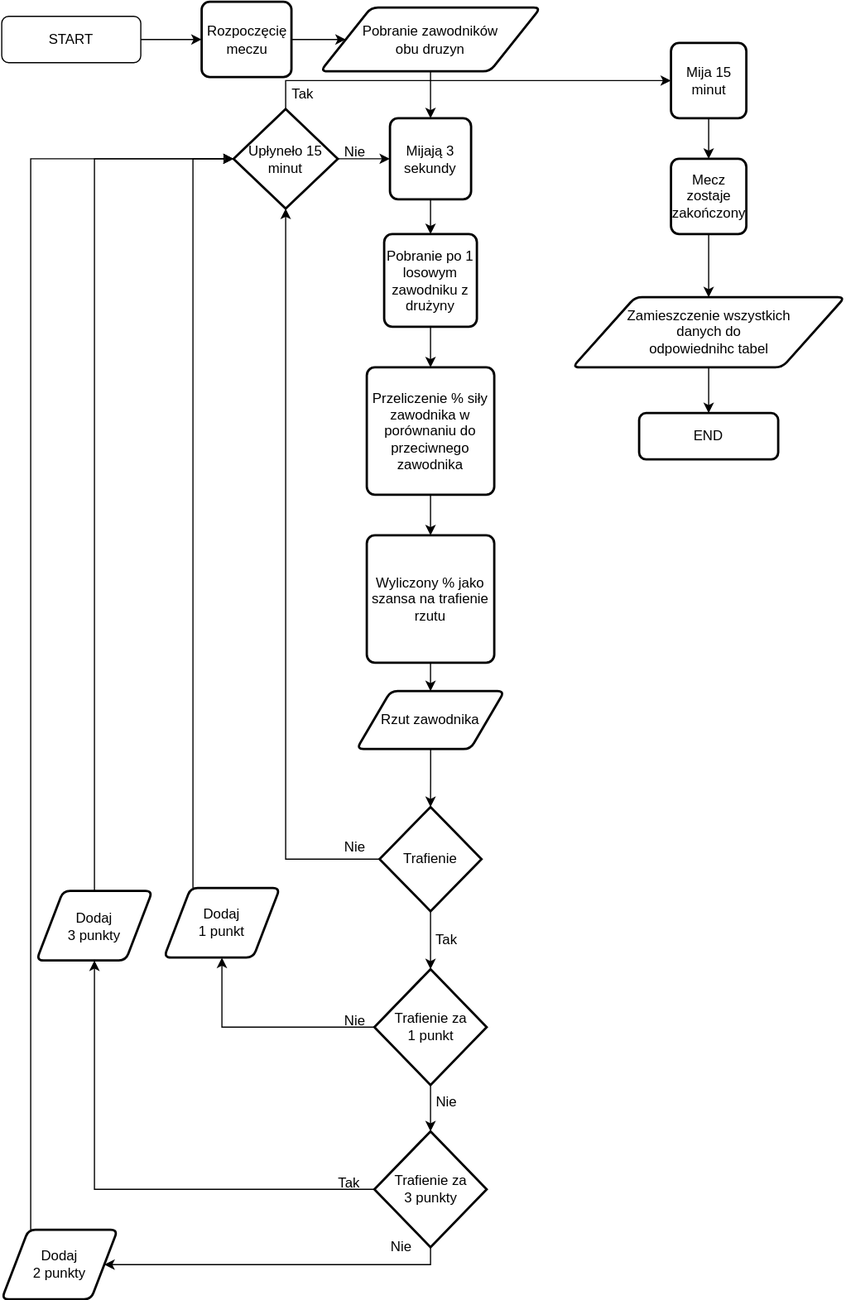
Above: Match_Algorithm.svg in KrystianGaluszka/PracaDyplomowa (draw.io), before the change. Source tidied: cells renumbered, new cells last; positions are measured from the earlier drawing's top-left corner, leaving out a move shared by most shapes.
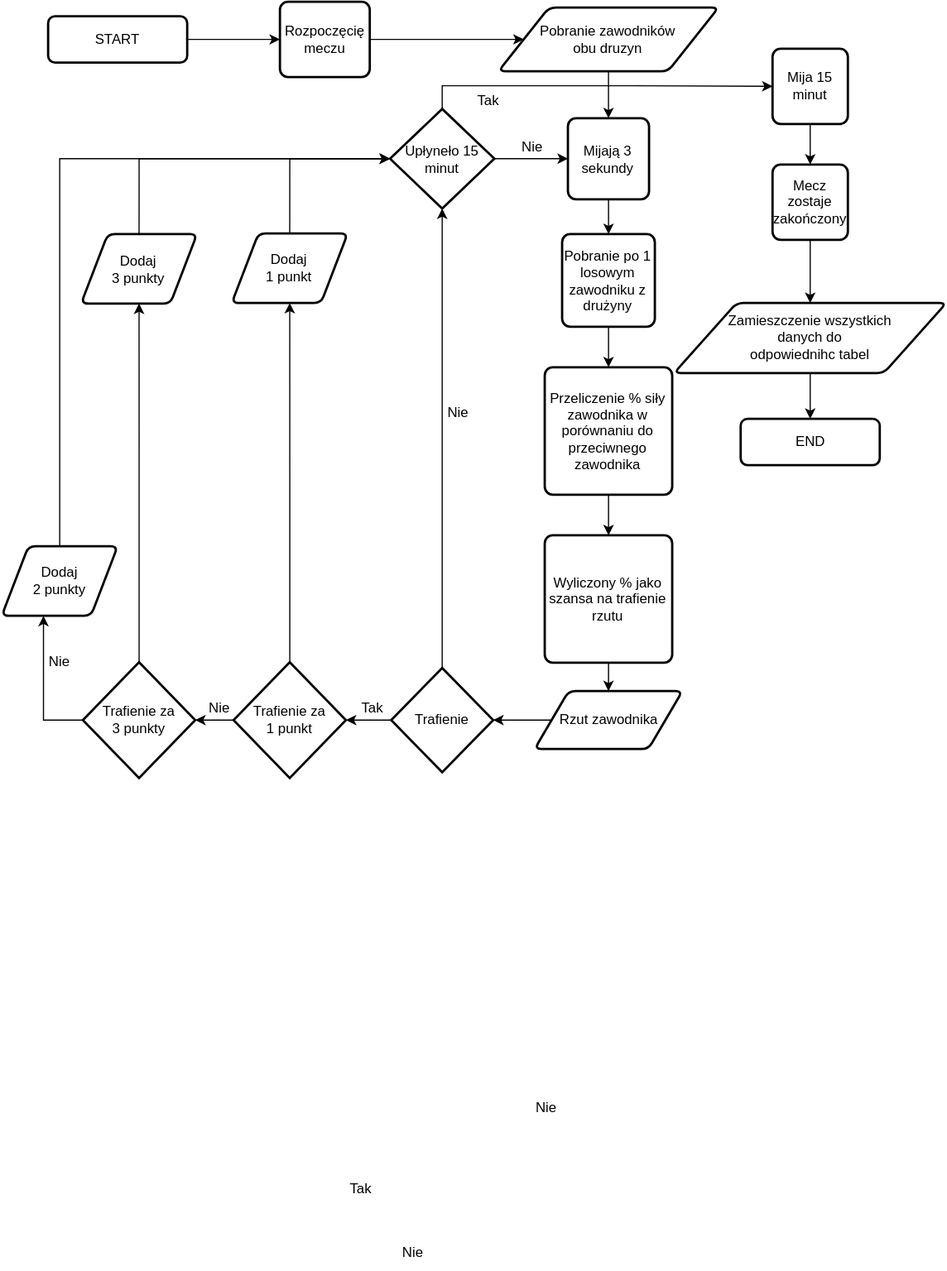
The same file after the commit.

The edit, as a diff of the source:
```diff
@@ -5,169 +5,154 @@
     <mxCell id="2" style="edgeStyle=orthogonalEdgeStyle;rounded=0;jettySize=auto;html=1;" parent="1" edge="1" source="3" target="42">
       <mxGeometry relative="1" as="geometry" />
     </mxCell>
-    <mxCell id="3" value="START" style="rounded=1;whiteSpace=wrap;html=1;fontSize=12;glass=0;strokeWidth=1;shadow=0;" parent="1" vertex="1">
-      <mxGeometry y="12.5" width="120" height="40" as="geometry" />
+    <mxCell id="3" value="START" style="rounded=1;whiteSpace=wrap;html=1;fontSize=12;glass=0;strokeWidth=2;shadow=0;" parent="1" vertex="1">
+      <mxGeometry x="30" y="7.5" width="120" height="40" as="geometry" />
     </mxCell>
     <mxCell id="4" style="edgeStyle=orthogonalEdgeStyle;rounded=0;jettySize=auto;html=1;entryX=0.5;entryY=0;entryDx=0;entryDy=0;" parent="1" edge="1" source="5" target="7">
       <mxGeometry relative="1" as="geometry" />
     </mxCell>
     <mxCell id="5" value="Pobranie zawodników&lt;br&gt;obu druzyn" style="shape=parallelogram;html=1;strokeWidth=2;perimeter=parallelogramPerimeter;whiteSpace=wrap;rounded=1;arcSize=12;size=0.23;" parent="1" vertex="1">
-      <mxGeometry x="275" y="5" width="190" height="55" as="geometry" />
+      <mxGeometry x="418.5" width="190" height="55" as="geometry" />
     </mxCell>
     <mxCell id="6" style="edgeStyle=orthogonalEdgeStyle;rounded=0;jettySize=auto;html=1;" parent="1" edge="1" source="7" target="12">
       <mxGeometry relative="1" as="geometry" />
     </mxCell>
     <mxCell id="7" value="Mijają 3 sekundy" style="rounded=1;whiteSpace=wrap;html=1;absoluteArcSize=1;arcSize=14;strokeWidth=2;" parent="1" vertex="1">
-      <mxGeometry x="335" y="100.5" width="70" height="70" as="geometry" />
+      <mxGeometry x="478.5" y="95.5" width="70" height="70" as="geometry" />
     </mxCell>
+    <mxCell id="9" style="edgeStyle=orthogonalEdgeStyle;rounded=0;jettySize=auto;html=1;entryX=0.5;entryY=1;entryDx=0;entryDy=0;" parent="1" edge="1" source="10" target="47">
+      <mxGeometry relative="1" as="geometry" />
+    </mxCell>
-    <mxCell id="8" style="edgeStyle=orthogonalEdgeStyle;rounded=0;jettySize=auto;html=1;" parent="1" edge="1" source="10" target="19">
+    <mxCell id="8" style="edgeStyle=orthogonalEdgeStyle;rounded=0;jettySize=auto;html=1;entryX=1;entryY=0.5;entryDx=0;entryDy=0;entryPerimeter=0;" parent="1" edge="1" source="10" target="19">
       <mxGeometry relative="1" as="geometry" />
     </mxCell>
-    <mxCell id="9" style="edgeStyle=orthogonalEdgeStyle;rounded=0;jettySize=auto;html=1;entryX=0.5;entryY=1;entryDx=0;entryDy=0;" parent="1" edge="1" source="10" target="47">
-      <mxGeometry relative="1" as="geometry" />
-    </mxCell>
     <mxCell id="10" value="Trafienie" style="strokeWidth=2;html=1;shape=mxgraph.flowchart.decision;whiteSpace=wrap;" parent="1" vertex="1">
-      <mxGeometry x="326" y="695" width="88" height="90" as="geometry" />
+      <mxGeometry x="326" y="570" width="88" height="90" as="geometry" />
     </mxCell>
     <mxCell id="11" style="edgeStyle=orthogonalEdgeStyle;rounded=0;jettySize=auto;html=1;" parent="1" edge="1" source="12" target="14">
       <mxGeometry relative="1" as="geometry" />
     </mxCell>
     <mxCell id="12" value="Pobranie po 1 losowym zawodniku z drużyny" style="rounded=1;whiteSpace=wrap;html=1;absoluteArcSize=1;arcSize=14;strokeWidth=2;" parent="1" vertex="1">
-      <mxGeometry x="330" y="200.5" width="80" height="80" as="geometry" />
+      <mxGeometry x="473.5" y="195.5" width="80" height="80" as="geometry" />
     </mxCell>
     <mxCell id="13" style="edgeStyle=orthogonalEdgeStyle;rounded=0;jettySize=auto;html=1;" parent="1" edge="1" source="14" target="16">
       <mxGeometry relative="1" as="geometry" />
     </mxCell>
     <mxCell id="14" value="Przeliczenie % siły zawodnika w porównaniu do przeciwnego zawodnika" style="rounded=1;whiteSpace=wrap;html=1;absoluteArcSize=1;arcSize=14;strokeWidth=2;" parent="1" vertex="1">
-      <mxGeometry x="315" y="315.5" width="110" height="110" as="geometry" />
+      <mxGeometry x="458.5" y="310.5" width="110" height="110" as="geometry" />
     </mxCell>
-    <mxCell id="15" style="edgeStyle=orthogonalEdgeStyle;rounded=0;jettySize=auto;html=1;entryX=0.5;entryY=0;entryDx=0;entryDy=0;" parent="1" edge="1" source="16" target="44">
-      <mxGeometry relative="1" as="geometry" />
+    <mxCell id="15" style="edgeStyle=orthogonalEdgeStyle;rounded=0;jettySize=auto;html=1;entryX=0.5;entryY=0;entryDx=0;entryDy=0;" parent="1" edge="1" source="16">
+      <mxGeometry relative="1" as="geometry">
+        <mxPoint x="513.5" y="590" as="targetPoint" />
+      </mxGeometry>
     </mxCell>
     <mxCell id="16" value="Wyliczony % jako szansa na trafienie rzutu" style="rounded=1;whiteSpace=wrap;html=1;absoluteArcSize=1;arcSize=14;strokeWidth=2;" parent="1" vertex="1">
-      <mxGeometry x="315" y="460.5" width="110" height="110" as="geometry" />
+      <mxGeometry x="458.5" y="455.5" width="110" height="110" as="geometry" />
     </mxCell>
+    <mxCell id="18" style="edgeStyle=orthogonalEdgeStyle;rounded=0;jettySize=auto;html=1;" parent="1" edge="1" source="19" target="22">
+      <mxGeometry relative="1" as="geometry" />
+    </mxCell>
-    <mxCell id="17" style="edgeStyle=orthogonalEdgeStyle;rounded=0;jettySize=auto;html=1;" parent="1" edge="1" source="19" target="31">
+    <mxCell id="17" style="edgeStyle=orthogonalEdgeStyle;rounded=0;jettySize=auto;html=1;entryX=0.5;entryY=1;entryDx=0;entryDy=0;" parent="1" edge="1" source="19" target="31">
       <mxGeometry relative="1" as="geometry" />
     </mxCell>
-    <mxCell id="18" style="edgeStyle=orthogonalEdgeStyle;rounded=0;jettySize=auto;html=1;" parent="1" edge="1" source="19" target="22">
-      <mxGeometry relative="1" as="geometry" />
-    </mxCell>
     <mxCell id="19" value="Trafienie za &lt;br&gt;1 punkt" style="strokeWidth=2;html=1;shape=mxgraph.flowchart.decision;whiteSpace=wrap;" parent="1" vertex="1">
-      <mxGeometry x="321.5" y="835" width="96.9" height="100" as="geometry" />
+      <mxGeometry x="190" y="565" width="96.9" height="100" as="geometry" />
     </mxCell>
+    <mxCell id="21" style="edgeStyle=orthogonalEdgeStyle;rounded=0;jettySize=auto;html=1;entryX=0.36;entryY=1;entryDx=0;entryDy=0;entryPerimeter=0;exitX=0;exitY=0.5;exitDx=0;exitDy=0;exitPerimeter=0;" parent="1" edge="1" source="22" target="36">
+      <mxGeometry relative="1" as="geometry" />
+    </mxCell>
-    <mxCell id="20" style="edgeStyle=orthogonalEdgeStyle;rounded=0;jettySize=auto;html=1;" parent="1" edge="1" source="22" target="37">
+    <mxCell id="20" style="edgeStyle=orthogonalEdgeStyle;rounded=0;jettySize=auto;html=1;entryX=0.5;entryY=1;entryDx=0;entryDy=0;" parent="1" edge="1" source="22" target="37">
       <mxGeometry relative="1" as="geometry" />
     </mxCell>
-    <mxCell id="21" style="edgeStyle=orthogonalEdgeStyle;rounded=0;jettySize=auto;html=1;" parent="1" edge="1" source="22" target="36">
-      <mxGeometry relative="1" as="geometry">
-        <Array as="points">
-          <mxPoint x="370" y="1041" />
-        </Array>
-      </mxGeometry>
-    </mxCell>
     <mxCell id="22" value="Trafienie za &lt;br&gt;3 punkty" style="strokeWidth=2;html=1;shape=mxgraph.flowchart.decision;whiteSpace=wrap;" parent="1" vertex="1">
-      <mxGeometry x="321.5" y="975" width="96.9" height="100" as="geometry" />
+      <mxGeometry x="60" y="565" width="96.9" height="100" as="geometry" />
     </mxCell>
     <mxCell id="23" style="edgeStyle=orthogonalEdgeStyle;rounded=0;jettySize=auto;html=1;" parent="1" edge="1" source="24" target="28">
       <mxGeometry relative="1" as="geometry" />
     </mxCell>
     <mxCell id="24" value="Mija 15 minut" style="rounded=1;whiteSpace=wrap;html=1;absoluteArcSize=1;arcSize=14;strokeWidth=2;" parent="1" vertex="1">
-      <mxGeometry x="577.5" y="35.5" width="65" height="65" as="geometry" />
+      <mxGeometry x="655" y="35.5" width="65" height="65" as="geometry" />
     </mxCell>
     <mxCell id="25" style="edgeStyle=orthogonalEdgeStyle;rounded=0;jettySize=auto;html=1;" parent="1" edge="1" source="26" target="40">
       <mxGeometry relative="1" as="geometry" />
     </mxCell>
     <mxCell id="26" value="Zamieszczenie wszystkich &lt;br&gt;danych do &lt;br&gt;odpowiednihc tabel" style="shape=parallelogram;html=1;strokeWidth=2;perimeter=parallelogramPerimeter;whiteSpace=wrap;rounded=1;arcSize=12;size=0.23;" parent="1" vertex="1">
-      <mxGeometry x="492.5" y="255" width="235" height="60.5" as="geometry" />
+      <mxGeometry x="570" y="255" width="235" height="60.5" as="geometry" />
     </mxCell>
     <mxCell id="27" style="edgeStyle=orthogonalEdgeStyle;rounded=0;jettySize=auto;html=1;" parent="1" edge="1" source="28" target="26">
       <mxGeometry relative="1" as="geometry" />
     </mxCell>
     <mxCell id="28" value="Mecz zostaje zakończony" style="rounded=1;whiteSpace=wrap;html=1;absoluteArcSize=1;arcSize=14;strokeWidth=2;" parent="1" vertex="1">
-      <mxGeometry x="577.5" y="135.5" width="65" height="65" as="geometry" />
+      <mxGeometry x="655" y="135.5" width="65" height="65" as="geometry" />
     </mxCell>
     <mxCell id="29" value="Nie" style="text;html=1;strokeColor=none;fillColor=none;align=center;verticalAlign=middle;whiteSpace=wrap;rounded=0;" parent="1" vertex="1">
-      <mxGeometry x="275" y="865" width="60" height="30" as="geometry" />
+      <mxGeometry x="354" y="335" width="60" height="30" as="geometry" />
     </mxCell>
     <mxCell id="30" value="Tak" style="text;html=1;strokeColor=none;fillColor=none;align=center;verticalAlign=middle;whiteSpace=wrap;rounded=0;" parent="1" vertex="1">
-      <mxGeometry x="354" y="795" width="60" height="30" as="geometry" />
+      <mxGeometry x="280" y="590" width="60" height="30" as="geometry" />
     </mxCell>
+    <mxCell id="32" style="edgeStyle=orthogonalEdgeStyle;rounded=0;jettySize=auto;html=1;entryX=0;entryY=0.5;entryDx=0;entryDy=0;exitX=0.5;exitY=0;exitDx=0;exitDy=0;" parent="1" edge="1" source="31" target="47">
+      <mxGeometry relative="1" as="geometry" />
+    </mxCell>
     <mxCell id="31" value="Dodaj&lt;br&gt;1 punkt" style="shape=parallelogram;html=1;strokeWidth=2;perimeter=parallelogramPerimeter;whiteSpace=wrap;rounded=1;arcSize=12;size=0.23;" parent="1" vertex="1">
-      <mxGeometry x="140" y="765" width="100" height="60" as="geometry" />
+      <mxGeometry x="188.5" y="195" width="100" height="60" as="geometry" />
     </mxCell>
-    <mxCell id="32" style="rounded=0;html=1;jettySize=auto;fontSize=11;endArrow=block;endFill=0;strokeWidth=1;shadow=0;labelBackgroundColor=none;edgeStyle=orthogonalEdgeStyle;exitX=0.25;exitY=0;exitDx=0;exitDy=0;entryX=0;entryY=0.5;entryDx=0;entryDy=0;" parent="1" edge="1" source="31" target="47">
-      <mxGeometry relative="1" as="geometry">
-        <Array as="points">
-          <mxPoint x="165" y="136" />
-        </Array>
-      </mxGeometry>
-    </mxCell>
     <mxCell id="33" value="Tak" style="text;html=1;strokeColor=none;fillColor=none;align=center;verticalAlign=middle;whiteSpace=wrap;rounded=0;" parent="1" vertex="1">
       <mxGeometry x="270" y="1005" width="60" height="30" as="geometry" />
     </mxCell>
     <mxCell id="34" value="Nie" style="text;html=1;strokeColor=none;fillColor=none;align=center;verticalAlign=middle;whiteSpace=wrap;rounded=0;" parent="1" vertex="1">
-      <mxGeometry x="354" y="935" width="60" height="30" as="geometry" />
+      <mxGeometry x="430" y="935" width="60" height="30" as="geometry" />
     </mxCell>
-    <mxCell id="35" style="edgeStyle=orthogonalEdgeStyle;rounded=0;jettySize=auto;html=1;exitX=0.25;exitY=0;exitDx=0;exitDy=0;entryX=0;entryY=0.5;entryDx=0;entryDy=0;" parent="1" edge="1" source="36" target="47">
-      <mxGeometry relative="1" as="geometry">
-        <Array as="points">
-          <mxPoint x="25" y="136" />
-        </Array>
-      </mxGeometry>
+    <mxCell id="35" style="edgeStyle=orthogonalEdgeStyle;rounded=0;jettySize=auto;html=1;entryX=0;entryY=0.5;entryDx=0;entryDy=0;exitX=0.5;exitY=0;exitDx=0;exitDy=0;" parent="1" edge="1" source="36" target="47">
+      <mxGeometry relative="1" as="geometry" />
     </mxCell>
     <mxCell id="36" value="Dodaj &lt;br&gt;2 punkty" style="shape=parallelogram;html=1;strokeWidth=2;perimeter=parallelogramPerimeter;whiteSpace=wrap;rounded=1;arcSize=12;size=0.23;" parent="1" vertex="1">
-      <mxGeometry y="1060" width="100" height="60" as="geometry" />
+      <mxGeometry x="-10" y="465" width="100" height="60" as="geometry" />
     </mxCell>
+    <mxCell id="39" style="edgeStyle=orthogonalEdgeStyle;rounded=0;jettySize=auto;html=1;entryX=0;entryY=0.5;entryDx=0;entryDy=0;exitX=0.5;exitY=0;exitDx=0;exitDy=0;" parent="1" edge="1" source="37" target="47">
+      <mxGeometry relative="1" as="geometry" />
+    </mxCell>
     <mxCell id="37" value="Dodaj &lt;br&gt;3 punkty" style="shape=parallelogram;html=1;strokeWidth=2;perimeter=parallelogramPerimeter;whiteSpace=wrap;rounded=1;arcSize=12;size=0.23;" parent="1" vertex="1">
-      <mxGeometry x="30" y="767.5" width="100" height="60" as="geometry" />
+      <mxGeometry x="58.5" y="195.5" width="100" height="60" as="geometry" />
     </mxCell>
     <mxCell id="38" value="Nie" style="text;html=1;strokeColor=none;fillColor=none;align=center;verticalAlign=middle;whiteSpace=wrap;rounded=0;" parent="1" vertex="1">
       <mxGeometry x="315" y="1060" width="60" height="30" as="geometry" />
     </mxCell>
-    <mxCell id="39" style="rounded=0;html=1;jettySize=auto;fontSize=11;endArrow=block;endFill=0;strokeWidth=1;shadow=0;labelBackgroundColor=none;edgeStyle=orthogonalEdgeStyle;exitX=0.5;exitY=0;exitDx=0;exitDy=0;entryX=0;entryY=0.5;entryDx=0;entryDy=0;" parent="1" edge="1" source="37" target="47">
-      <mxGeometry relative="1" as="geometry">
-        <Array as="points">
-          <mxPoint x="80" y="136" />
-        </Array>
-      </mxGeometry>
-    </mxCell>
     <mxCell id="40" value="END" style="rounded=1;whiteSpace=wrap;html=1;fontSize=12;glass=0;strokeWidth=2;shadow=0;" parent="1" vertex="1">
-      <mxGeometry x="550" y="355" width="120" height="40" as="geometry" />
+      <mxGeometry x="627.5" y="355" width="120" height="40" as="geometry" />
     </mxCell>
     <mxCell id="41" style="edgeStyle=orthogonalEdgeStyle;rounded=0;jettySize=auto;html=1;" parent="1" edge="1" source="42" target="5">
       <mxGeometry relative="1" as="geometry" />
     </mxCell>
     <mxCell id="42" value="Rozpoczęcię meczu" style="rounded=1;whiteSpace=wrap;html=1;absoluteArcSize=1;arcSize=14;strokeWidth=2;" parent="1" vertex="1">
-      <mxGeometry x="172.5" width="77.5" height="65" as="geometry" />
+      <mxGeometry x="230" y="-5" width="77.5" height="65" as="geometry" />
     </mxCell>
-    <mxCell id="43" style="edgeStyle=orthogonalEdgeStyle;rounded=0;jettySize=auto;html=1;entryX=0.5;entryY=0;entryDx=0;entryDy=0;entryPerimeter=0;" parent="1" edge="1" source="44" target="10">
+    <mxCell id="43" style="edgeStyle=orthogonalEdgeStyle;rounded=0;jettySize=auto;html=1;entryX=1;entryY=0.5;entryDx=0;entryDy=0;entryPerimeter=0;" parent="1" edge="1" source="44" target="10">
       <mxGeometry relative="1" as="geometry" />
     </mxCell>
     <mxCell id="44" value="Rzut zawodnika" style="shape=parallelogram;html=1;strokeWidth=2;perimeter=parallelogramPerimeter;whiteSpace=wrap;rounded=1;arcSize=12;size=0.23;" parent="1" vertex="1">
-      <mxGeometry x="306.2" y="595" width="127.5" height="50" as="geometry" />
+      <mxGeometry x="449.7" y="590" width="127.5" height="50" as="geometry" />
     </mxCell>
-    <mxCell id="45" style="edgeStyle=orthogonalEdgeStyle;rounded=0;jettySize=auto;html=1;entryX=0;entryY=0.5;entryDx=0;entryDy=0;" parent="1" edge="1" source="47" target="7">
+    <mxCell id="45" style="edgeStyle=orthogonalEdgeStyle;rounded=0;jettySize=auto;html=1;entryX=0;entryY=0.5;entryDx=0;entryDy=0;exitX=1;exitY=0.5;exitDx=0;exitDy=0;" parent="1" edge="1" source="47" target="7">
       <mxGeometry relative="1" as="geometry" />
     </mxCell>
-    <mxCell id="46" style="edgeStyle=orthogonalEdgeStyle;rounded=0;jettySize=auto;html=1;entryX=0;entryY=0.5;entryDx=0;entryDy=0;" parent="1" edge="1" source="47" target="24">
-      <mxGeometry relative="1" as="geometry">
-        <Array as="points">
-          <mxPoint x="245" y="68" />
-        </Array>
-      </mxGeometry>
+    <mxCell id="46" style="edgeStyle=orthogonalEdgeStyle;rounded=0;jettySize=auto;html=1;entryX=0;entryY=0.5;entryDx=0;entryDy=0;exitX=0.5;exitY=0;exitDx=0;exitDy=0;" parent="1" edge="1" source="47" target="24">
+      <mxGeometry relative="1" as="geometry" />
     </mxCell>
     <mxCell id="47" value="Upłyneło 15 minut" style="rhombus;whiteSpace=wrap;html=1;strokeWidth=2;" parent="1" vertex="1">
-      <mxGeometry x="200" y="92.5" width="90" height="86" as="geometry" />
+      <mxGeometry x="325" y="87.5" width="90" height="86" as="geometry" />
     </mxCell>
     <mxCell id="48" value="Nie" style="text;html=1;strokeColor=none;fillColor=none;align=center;verticalAlign=middle;whiteSpace=wrap;rounded=0;" parent="1" vertex="1">
-      <mxGeometry x="275" y="715" width="60" height="30" as="geometry" />
+      <mxGeometry x="147.5" y="590" width="60" height="30" as="geometry" />
     </mxCell>
     <mxCell id="49" value="Tak" style="text;html=1;strokeColor=none;fillColor=none;align=center;verticalAlign=middle;whiteSpace=wrap;rounded=0;" parent="1" vertex="1">
-      <mxGeometry x="230" y="65" width="60" height="30" as="geometry" />
+      <mxGeometry x="380" y="65.5" width="60" height="30" as="geometry" />
     </mxCell>
     <mxCell id="50" value="Nie" style="text;html=1;strokeColor=none;fillColor=none;align=center;verticalAlign=middle;whiteSpace=wrap;rounded=0;" parent="1" vertex="1">
-      <mxGeometry x="275" y="115" width="60" height="30" as="geometry" />
+      <mxGeometry x="418.5" y="105.5" width="60" height="30" as="geometry" />
     </mxCell>
+    <mxCell id="51" value="Nie" style="text;html=1;strokeColor=none;fillColor=none;align=center;verticalAlign=middle;whiteSpace=wrap;rounded=0;" parent="1" vertex="1">
+      <mxGeometry x="10" y="550" width="60" height="30" as="geometry" />
+    </mxCell>
   </root>
 </mxGraphModel>
```
